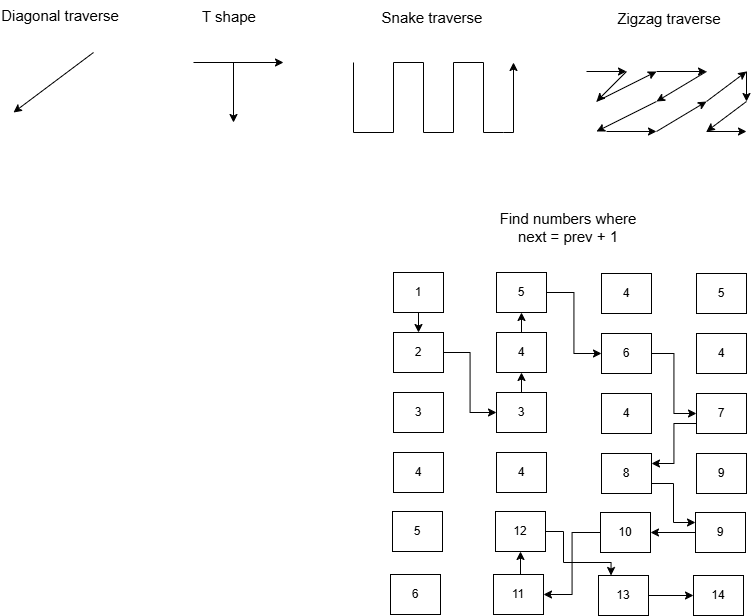
Before: assets/example_problems.png, a diagram exported from draw.io (tave8/matrix-traverser-python). Source tidied: cells renumbered, new cells last; positions are measured from the earlier drawing's top-left corner, leaving out a move shared by most shapes.
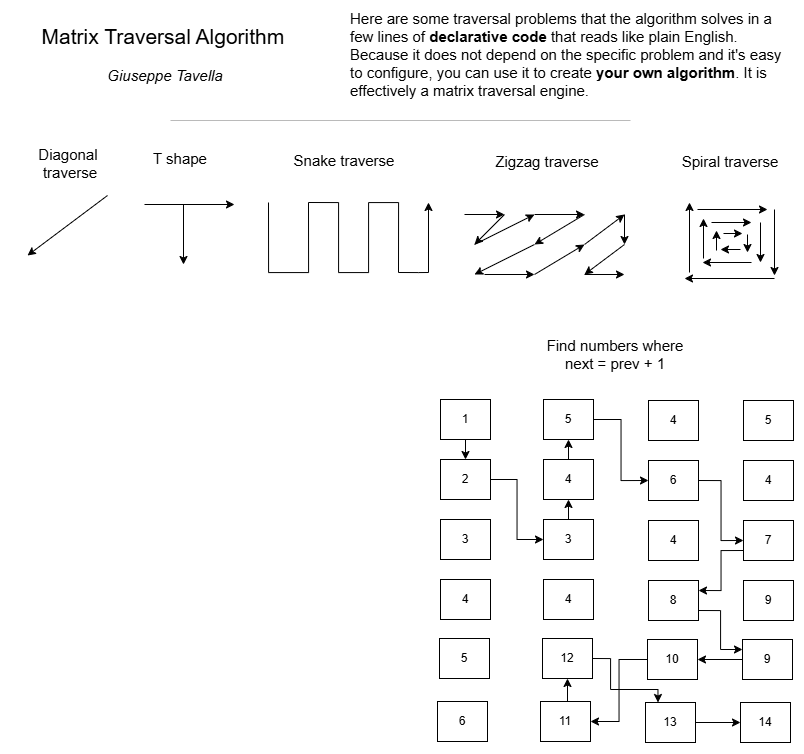
The same file after the commit.

Commit message:
solved problem diamond traverse

Change to the diagram source:
```diff
@@ -2,119 +2,119 @@
   <root>
     <mxCell id="0" />
     <mxCell id="1" parent="0" />
-    <mxCell id="2" value="Diagonal traverse" style="text;html=1;whiteSpace=wrap;strokeColor=none;fillColor=none;align=center;verticalAlign=middle;rounded=0;fontSize=15;" parent="1" vertex="1">
-      <mxGeometry width="120" height="30" as="geometry" />
+    <mxCell id="2" value="Diagonal&amp;nbsp;&lt;div&gt;traverse&lt;/div&gt;" style="text;html=1;whiteSpace=wrap;strokeColor=none;fillColor=none;align=center;verticalAlign=middle;rounded=0;fontSize=15;" parent="1" vertex="1">
+      <mxGeometry x="-37" y="21" width="120" height="30" as="geometry" />
     </mxCell>
     <mxCell id="3" value="Snake traverse" style="text;html=1;whiteSpace=wrap;strokeColor=none;fillColor=none;align=center;verticalAlign=middle;rounded=0;fontSize=15;" parent="1" vertex="1">
-      <mxGeometry x="372" y="2" width="120" height="30" as="geometry" />
+      <mxGeometry x="237" y="18" width="120" height="30" as="geometry" />
     </mxCell>
     <mxCell id="4" value="Zigzag traverse" style="text;html=1;whiteSpace=wrap;strokeColor=none;fillColor=none;align=center;verticalAlign=middle;rounded=0;fontSize=15;" parent="1" vertex="1">
-      <mxGeometry x="609" y="3" width="120" height="30" as="geometry" />
+      <mxGeometry x="440" y="19" width="120" height="30" as="geometry" />
     </mxCell>
     <mxCell id="5" value="Find numbers where next = prev + 1" style="text;html=1;whiteSpace=wrap;strokeColor=none;fillColor=none;align=center;verticalAlign=middle;rounded=0;fontSize=15;" parent="1" vertex="1">
       <mxGeometry x="483" y="212" width="170" height="30" as="geometry" />
     </mxCell>
     <mxCell id="6" style="endArrow=none;html=1;rounded=0;edgeStyle=orthogonalEdgeStyle;curved=0;" parent="1" edge="1">
       <mxGeometry relative="1" as="geometry">
-        <mxPoint x="393" y="62" as="sourcePoint" />
-        <mxPoint x="353" y="62" as="targetPoint" />
+        <mxPoint x="261" y="75" as="sourcePoint" />
+        <mxPoint x="221" y="75" as="targetPoint" />
         <Array as="points">
-          <mxPoint x="353" y="132" />
+          <mxPoint x="221" y="145" />
         </Array>
       </mxGeometry>
     </mxCell>
     <mxCell id="7" style="endArrow=none;html=1;rounded=0;edgeStyle=orthogonalEdgeStyle;curved=0;" parent="1" edge="1">
       <mxGeometry relative="1" as="geometry">
-        <mxPoint x="483" y="132" as="sourcePoint" />
-        <mxPoint x="393" y="62" as="targetPoint" />
+        <mxPoint x="351" y="145" as="sourcePoint" />
+        <mxPoint x="261" y="75" as="targetPoint" />
         <Array as="points">
-          <mxPoint x="453" y="62" />
-          <mxPoint x="453" y="132" />
-          <mxPoint x="423" y="132" />
-          <mxPoint x="423" y="62" />
+          <mxPoint x="321" y="75" />
+          <mxPoint x="321" y="145" />
+          <mxPoint x="291" y="145" />
+          <mxPoint x="291" y="75" />
         </Array>
       </mxGeometry>
     </mxCell>
     <mxCell id="8" style="endArrow=none;html=1;rounded=0;edgeStyle=orthogonalEdgeStyle;curved=0;" parent="1" edge="1">
       <mxGeometry relative="1" as="geometry">
-        <mxPoint x="513" y="132" as="sourcePoint" />
-        <mxPoint x="483" y="132" as="targetPoint" />
+        <mxPoint x="381" y="145" as="sourcePoint" />
+        <mxPoint x="351" y="145" as="targetPoint" />
         <Array as="points">
-          <mxPoint x="503" y="132" />
-          <mxPoint x="503" y="132" />
+          <mxPoint x="371" y="145" />
+          <mxPoint x="371" y="145" />
         </Array>
       </mxGeometry>
     </mxCell>
     <mxCell id="9" style="endArrow=classic;html=1;rounded=0;" parent="1" edge="1">
       <mxGeometry relative="1" as="geometry">
-        <mxPoint x="586" y="71" as="sourcePoint" />
-        <mxPoint x="626" y="71" as="targetPoint" />
+        <mxPoint x="417" y="87" as="sourcePoint" />
+        <mxPoint x="457" y="87" as="targetPoint" />
       </mxGeometry>
     </mxCell>
     <mxCell id="10" style="endArrow=classic;html=1;rounded=0;" parent="1" edge="1">
       <mxGeometry relative="1" as="geometry">
-        <mxPoint x="626" y="71" as="sourcePoint" />
-        <mxPoint x="596" y="101" as="targetPoint" />
+        <mxPoint x="457" y="87" as="sourcePoint" />
+        <mxPoint x="427" y="117" as="targetPoint" />
       </mxGeometry>
     </mxCell>
     <mxCell id="11" style="endArrow=classic;html=1;rounded=0;" parent="1" edge="1">
       <mxGeometry relative="1" as="geometry">
-        <mxPoint x="596" y="101" as="sourcePoint" />
-        <mxPoint x="656" y="71" as="targetPoint" />
+        <mxPoint x="427" y="117" as="sourcePoint" />
+        <mxPoint x="487" y="87" as="targetPoint" />
       </mxGeometry>
     </mxCell>
     <mxCell id="12" style="endArrow=classic;html=1;rounded=0;" parent="1" edge="1">
       <mxGeometry relative="1" as="geometry">
-        <mxPoint x="656" y="71" as="sourcePoint" />
-        <mxPoint x="706" y="71" as="targetPoint" />
+        <mxPoint x="487" y="87" as="sourcePoint" />
+        <mxPoint x="537" y="87" as="targetPoint" />
       </mxGeometry>
     </mxCell>
     <mxCell id="13" style="endArrow=classic;html=1;rounded=0;" parent="1" edge="1">
       <mxGeometry relative="1" as="geometry">
-        <mxPoint x="706" y="71" as="sourcePoint" />
-        <mxPoint x="656" y="101" as="targetPoint" />
+        <mxPoint x="537" y="87" as="sourcePoint" />
+        <mxPoint x="487" y="117" as="targetPoint" />
       </mxGeometry>
     </mxCell>
     <mxCell id="14" style="endArrow=classic;html=1;rounded=0;" parent="1" edge="1">
       <mxGeometry relative="1" as="geometry">
-        <mxPoint x="656" y="101" as="sourcePoint" />
-        <mxPoint x="596" y="131" as="targetPoint" />
+        <mxPoint x="487" y="117" as="sourcePoint" />
+        <mxPoint x="427" y="147" as="targetPoint" />
       </mxGeometry>
     </mxCell>
     <mxCell id="15" style="endArrow=classic;html=1;rounded=0;" parent="1" edge="1">
       <mxGeometry relative="1" as="geometry">
-        <mxPoint x="606" y="131" as="sourcePoint" />
-        <mxPoint x="656" y="131" as="targetPoint" />
+        <mxPoint x="437" y="147" as="sourcePoint" />
+        <mxPoint x="487" y="147" as="targetPoint" />
       </mxGeometry>
     </mxCell>
     <mxCell id="16" style="endArrow=classic;html=1;rounded=0;" parent="1" edge="1">
       <mxGeometry relative="1" as="geometry">
-        <mxPoint x="656" y="131" as="sourcePoint" />
-        <mxPoint x="706" y="101" as="targetPoint" />
+        <mxPoint x="487" y="147" as="sourcePoint" />
+        <mxPoint x="537" y="117" as="targetPoint" />
       </mxGeometry>
     </mxCell>
     <mxCell id="17" style="endArrow=classic;html=1;rounded=0;" parent="1" edge="1">
       <mxGeometry relative="1" as="geometry">
-        <mxPoint x="706" y="101" as="sourcePoint" />
-        <mxPoint x="746" y="71" as="targetPoint" />
+        <mxPoint x="537" y="117" as="sourcePoint" />
+        <mxPoint x="577" y="87" as="targetPoint" />
       </mxGeometry>
     </mxCell>
     <mxCell id="18" style="endArrow=classic;html=1;rounded=0;" parent="1" edge="1">
       <mxGeometry relative="1" as="geometry">
-        <mxPoint x="746" y="71" as="sourcePoint" />
-        <mxPoint x="746" y="101" as="targetPoint" />
+        <mxPoint x="577" y="87" as="sourcePoint" />
+        <mxPoint x="577" y="117" as="targetPoint" />
       </mxGeometry>
     </mxCell>
     <mxCell id="19" style="endArrow=classic;html=1;rounded=0;" parent="1" edge="1">
       <mxGeometry relative="1" as="geometry">
-        <mxPoint x="746" y="101" as="sourcePoint" />
-        <mxPoint x="706" y="131" as="targetPoint" />
+        <mxPoint x="577" y="117" as="sourcePoint" />
+        <mxPoint x="537" y="147" as="targetPoint" />
       </mxGeometry>
     </mxCell>
     <mxCell id="20" style="endArrow=classic;html=1;rounded=0;" parent="1" edge="1">
       <mxGeometry relative="1" as="geometry">
-        <mxPoint x="706" y="131" as="sourcePoint" />
-        <mxPoint x="746" y="131" as="targetPoint" />
+        <mxPoint x="537" y="147" as="sourcePoint" />
+        <mxPoint x="577" y="147" as="targetPoint" />
       </mxGeometry>
     </mxCell>
     <mxCell id="21" style="edgeStyle=orthogonalEdgeStyle;rounded=0;jettySize=auto;html=1;exitX=0.5;exitY=1;exitDx=0;exitDy=0;entryX=0.5;entryY=0;entryDx=0;entryDy=0;" parent="1" edge="1" source="22" target="28">
@@ -235,31 +235,118 @@
       <mxGeometry x="693" y="575" width="50" height="40" as="geometry" />
     </mxCell>
     <mxCell id="58" value="T shape" style="text;html=1;whiteSpace=wrap;strokeColor=none;fillColor=none;align=center;verticalAlign=middle;rounded=0;fontSize=15;" parent="1" vertex="1">
-      <mxGeometry x="169" y="1" width="120" height="30" as="geometry" />
+      <mxGeometry x="73" y="16" width="120" height="30" as="geometry" />
     </mxCell>
     <mxCell id="59" style="endArrow=classic;html=1;rounded=0;" parent="1" edge="1">
       <mxGeometry relative="1" as="geometry">
-        <mxPoint x="93" y="52" as="sourcePoint" />
-        <mxPoint x="13" y="112" as="targetPoint" />
+        <mxPoint x="60" y="68" as="sourcePoint" />
+        <mxPoint x="-20" y="128" as="targetPoint" />
       </mxGeometry>
     </mxCell>
     <mxCell id="60" style="endArrow=classic;html=1;rounded=0;" parent="1" edge="1">
       <mxGeometry relative="1" as="geometry">
-        <mxPoint x="513" y="132" as="sourcePoint" />
-        <mxPoint x="513" y="62" as="targetPoint" />
+        <mxPoint x="381" y="145" as="sourcePoint" />
+        <mxPoint x="381" y="75" as="targetPoint" />
       </mxGeometry>
     </mxCell>
     <mxCell id="61" style="endArrow=classic;html=1;rounded=0;" parent="1" edge="1">
       <mxGeometry relative="1" as="geometry">
-        <mxPoint x="193" y="62" as="sourcePoint" />
-        <mxPoint x="283" y="62" as="targetPoint" />
+        <mxPoint x="97" y="77" as="sourcePoint" />
+        <mxPoint x="187" y="77" as="targetPoint" />
       </mxGeometry>
     </mxCell>
     <mxCell id="62" style="endArrow=classic;html=1;rounded=0;" parent="1" edge="1">
       <mxGeometry relative="1" as="geometry">
-        <mxPoint x="233" y="62" as="sourcePoint" />
-        <mxPoint x="233" y="122" as="targetPoint" />
+        <mxPoint x="136" y="77" as="sourcePoint" />
+        <mxPoint x="136" y="137" as="targetPoint" />
       </mxGeometry>
     </mxCell>
+    <mxCell id="63" value="Spiral traverse" style="text;html=1;whiteSpace=wrap;strokeColor=none;fillColor=none;align=center;verticalAlign=middle;rounded=0;fontSize=15;" parent="1" vertex="1">
+      <mxGeometry x="623" y="19" width="120" height="30" as="geometry" />
+    </mxCell>
+    <mxCell id="64" value="&lt;font style=&quot;font-size: 21px;&quot;&gt;Matrix Traversal Algorithm&lt;/font&gt;&amp;nbsp;&lt;div&gt;&lt;br&gt;&lt;/div&gt;&lt;div&gt;&lt;i&gt;Giuseppe Tavella&lt;/i&gt;&lt;/div&gt;" style="text;html=1;whiteSpace=wrap;strokeColor=none;fillColor=none;align=center;verticalAlign=middle;rounded=0;fontSize=15;" parent="1" vertex="1">
+      <mxGeometry x="-27" y="-88" width="290" height="30" as="geometry" />
+    </mxCell>
+    <mxCell id="65" value="Here are some traversal problems that&amp;nbsp;&lt;span style=&quot;background-color: transparent; color: light-dark(rgb(0, 0, 0), rgb(255, 255, 255));&quot;&gt;the algorithm solves in a few lines of&amp;nbsp;&lt;/span&gt;&lt;b style=&quot;background-color: transparent; color: light-dark(rgb(0, 0, 0), rgb(255, 255, 255));&quot;&gt;declarative code&lt;/b&gt;&lt;span style=&quot;background-color: transparent; color: light-dark(rgb(0, 0, 0), rgb(255, 255, 255));&quot;&gt; that reads like plain English.&lt;/span&gt;&lt;div&gt;Because it does not depend on the specific problem and it's easy to configure, you can use it to create &lt;b&gt;your own algorithm&lt;/b&gt;. It is effectively a matrix traversal engine.&lt;/div&gt;" style="text;html=1;whiteSpace=wrap;strokeColor=none;fillColor=none;align=left;verticalAlign=middle;rounded=0;fontSize=15;" parent="1" vertex="1">
+      <mxGeometry x="301" y="-98" width="440" height="50" as="geometry" />
+    </mxCell>
+    <mxCell id="66" style="endArrow=none;html=1;rounded=0;strokeColor=light-dark(#bababa, #ededed);" parent="1" edge="1">
+      <mxGeometry relative="1" as="geometry">
+        <mxPoint x="123" y="-7" as="sourcePoint" />
+        <mxPoint x="583" y="-7" as="targetPoint" />
+      </mxGeometry>
+    </mxCell>
+    <mxCell id="67" style="endArrow=classic;html=1;rounded=0;" parent="1" edge="1">
+      <mxGeometry relative="1" as="geometry">
+        <mxPoint x="727" y="82" as="sourcePoint" />
+        <mxPoint x="727" y="148" as="targetPoint" />
+      </mxGeometry>
+    </mxCell>
+    <mxCell id="68" style="endArrow=classic;html=1;rounded=0;" parent="1" edge="1">
+      <mxGeometry relative="1" as="geometry">
+        <mxPoint x="727" y="151" as="sourcePoint" />
+        <mxPoint x="637" y="151" as="targetPoint" />
+      </mxGeometry>
+    </mxCell>
+    <mxCell id="69" style="endArrow=classic;html=1;rounded=0;" parent="1" edge="1">
+      <mxGeometry relative="1" as="geometry">
+        <mxPoint x="642" y="145" as="sourcePoint" />
+        <mxPoint x="642" y="75" as="targetPoint" />
+      </mxGeometry>
+    </mxCell>
+    <mxCell id="70" style="endArrow=classic;html=1;rounded=0;" parent="1" edge="1">
+      <mxGeometry relative="1" as="geometry">
+        <mxPoint x="650" y="82" as="sourcePoint" />
+        <mxPoint x="720" y="82" as="targetPoint" />
+      </mxGeometry>
+    </mxCell>
+    <mxCell id="71" style="endArrow=classic;html=1;rounded=0;" parent="1" edge="1">
+      <mxGeometry relative="1" as="geometry">
+        <mxPoint x="713" y="95" as="sourcePoint" />
+        <mxPoint x="713" y="135" as="targetPoint" />
+      </mxGeometry>
+    </mxCell>
+    <mxCell id="72" style="endArrow=classic;html=1;rounded=0;" parent="1" edge="1">
+      <mxGeometry relative="1" as="geometry">
+        <mxPoint x="704" y="135" as="sourcePoint" />
+        <mxPoint x="655" y="135" as="targetPoint" />
+      </mxGeometry>
+    </mxCell>
+    <mxCell id="73" style="endArrow=classic;html=1;rounded=0;" parent="1" edge="1">
+      <mxGeometry relative="1" as="geometry">
+        <mxPoint x="656" y="131" as="sourcePoint" />
+        <mxPoint x="656" y="91" as="targetPoint" />
+      </mxGeometry>
+    </mxCell>
+    <mxCell id="74" style="endArrow=classic;html=1;rounded=0;" parent="1" edge="1">
+      <mxGeometry relative="1" as="geometry">
+        <mxPoint x="664" y="95" as="sourcePoint" />
+        <mxPoint x="704" y="95" as="targetPoint" />
+      </mxGeometry>
+    </mxCell>
+    <mxCell id="75" style="endArrow=classic;html=1;rounded=0;" parent="1" edge="1">
+      <mxGeometry relative="1" as="geometry">
+        <mxPoint x="700" y="107" as="sourcePoint" />
+        <mxPoint x="700" y="125" as="targetPoint" />
+      </mxGeometry>
+    </mxCell>
+    <mxCell id="76" style="endArrow=classic;html=1;rounded=0;" parent="1" edge="1">
+      <mxGeometry relative="1" as="geometry">
+        <mxPoint x="693" y="122" as="sourcePoint" />
+        <mxPoint x="673" y="122" as="targetPoint" />
+      </mxGeometry>
+    </mxCell>
+    <mxCell id="77" style="endArrow=classic;html=1;rounded=0;" parent="1" edge="1">
+      <mxGeometry relative="1" as="geometry">
+        <mxPoint x="669" y="123" as="sourcePoint" />
+        <mxPoint x="669" y="103" as="targetPoint" />
+      </mxGeometry>
+    </mxCell>
+    <mxCell id="78" style="endArrow=classic;html=1;rounded=0;" parent="1" edge="1">
+      <mxGeometry relative="1" as="geometry">
+        <mxPoint x="676" y="106" as="sourcePoint" />
+        <mxPoint x="695" y="106" as="targetPoint" />
+      </mxGeometry>
+    </mxCell>
   </root>
 </mxGraphModel>
```
